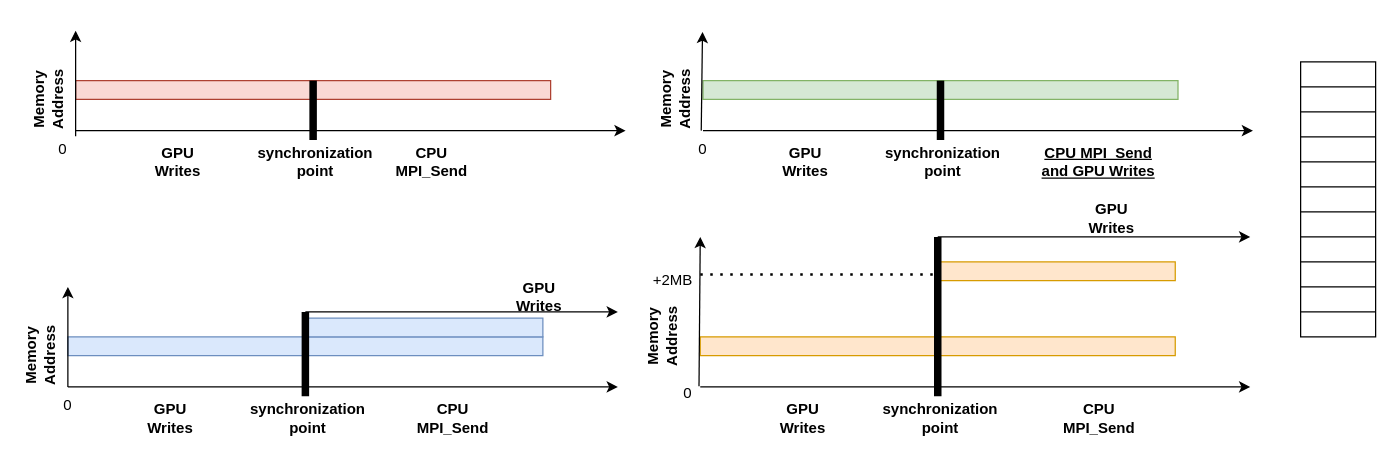
This is page "Page-5" (8 of 10) of Untitled Diagram.drawio from bengisuelis/Drawings, a draw.io file, before an edit. Source tidied: cells renumbered, new cells numbered last; positions are measured from the earlier drawing's top-left corner, leaving out a move shared by most shapes. Both pictures are drawn from the tidied source at 125%, with x=0, y=0 at pixel (12, 30).
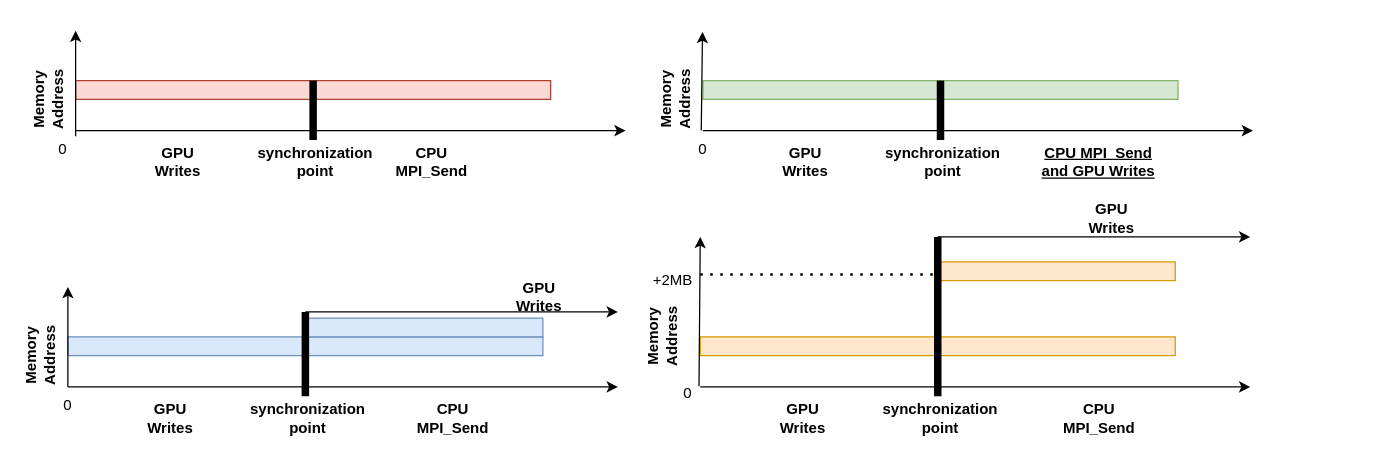
After the change.

What changed in the source:
```diff
@@
-    <mxCell id="51" style="shape=table;startSize=0;childLayout=tableLayout;" parent="1" vertex="1">
-      <mxGeometry x="1030" y="25" width="60" height="220" as="geometry" />
-    </mxCell>
-    <mxCell id="52" style="shape=tableRow;horizontal=0;startSize=0;swimlaneHead=0;swimlaneBody=0;strokeColor=inherit;top=0;left=0;bottom=0;right=0;fillColor=none;" parent="51" vertex="1">
-      <mxGeometry width="60" height="20" as="geometry" />
-    </mxCell>
-    <mxCell id="53" style="shape=partialRectangle;html=1;whiteSpace=wrap;strokeColor=inherit;overflow=hidden;fillColor=none;top=0;left=0;bottom=0;right=0;" parent="52" vertex="1">
-      <mxGeometry width="60" height="20" as="geometry" />
-    </mxCell>
-    <mxCell id="54" style="shape=tableRow;horizontal=0;startSize=0;swimlaneHead=0;swimlaneBody=0;strokeColor=inherit;top=0;left=0;bottom=0;right=0;fillColor=none;" parent="51" vertex="1">
-      <mxGeometry y="20" width="60" height="20" as="geometry" />
-    </mxCell>
-    <mxCell id="55" style="shape=partialRectangle;html=1;whiteSpace=wrap;strokeColor=inherit;overflow=hidden;fillColor=none;top=0;left=0;bottom=0;right=0;" parent="54" vertex="1">
-      <mxGeometry width="60" height="20" as="geometry" />
-    </mxCell>
-    <mxCell id="56" style="shape=tableRow;horizontal=0;startSize=0;swimlaneHead=0;swimlaneBody=0;strokeColor=inherit;top=0;left=0;bottom=0;right=0;fillColor=none;" parent="51" vertex="1">
-      <mxGeometry y="40" width="60" height="20" as="geometry" />
-    </mxCell>
-    <mxCell id="57" style="shape=partialRectangle;html=1;whiteSpace=wrap;strokeColor=inherit;overflow=hidden;fillColor=none;top=0;left=0;bottom=0;right=0;" parent="56" vertex="1">
-      <mxGeometry width="60" height="20" as="geometry" />
-    </mxCell>
-    <mxCell id="58" style="shape=tableRow;horizontal=0;startSize=0;swimlaneHead=0;swimlaneBody=0;strokeColor=inherit;top=0;left=0;bottom=0;right=0;fillColor=none;" parent="51" vertex="1">
-      <mxGeometry y="60" width="60" height="20" as="geometry" />
-    </mxCell>
-    <mxCell id="59" style="shape=partialRectangle;html=1;whiteSpace=wrap;strokeColor=inherit;overflow=hidden;fillColor=none;top=0;left=0;bottom=0;right=0;" parent="58" vertex="1">
-      <mxGeometry width="60" height="20" as="geometry" />
-    </mxCell>
-    <mxCell id="60" style="shape=tableRow;horizontal=0;startSize=0;swimlaneHead=0;swimlaneBody=0;strokeColor=inherit;top=0;left=0;bottom=0;right=0;fillColor=none;" parent="51" vertex="1">
-      <mxGeometry y="80" width="60" height="20" as="geometry" />
-    </mxCell>
-    <mxCell id="61" style="shape=partialRectangle;html=1;whiteSpace=wrap;strokeColor=inherit;overflow=hidden;fillColor=none;top=0;left=0;bottom=0;right=0;" parent="60" vertex="1">
-      <mxGeometry width="60" height="20" as="geometry" />
-    </mxCell>
-    <mxCell id="62" style="shape=tableRow;horizontal=0;startSize=0;swimlaneHead=0;swimlaneBody=0;strokeColor=inherit;top=0;left=0;bottom=0;right=0;fillColor=none;" parent="51" vertex="1">
-      <mxGeometry y="100" width="60" height="20" as="geometry" />
-    </mxCell>
-    <mxCell id="63" style="shape=partialRectangle;html=1;whiteSpace=wrap;strokeColor=inherit;overflow=hidden;fillColor=none;top=0;left=0;bottom=0;right=0;" parent="62" vertex="1">
-      <mxGeometry width="60" height="20" as="geometry" />
-    </mxCell>
-    <mxCell id="64" style="shape=tableRow;horizontal=0;startSize=0;swimlaneHead=0;swimlaneBody=0;strokeColor=inherit;top=0;left=0;bottom=0;right=0;fillColor=none;" parent="51" vertex="1">
-      <mxGeometry y="120" width="60" height="20" as="geometry" />
-    </mxCell>
-    <mxCell id="65" style="shape=partialRectangle;html=1;whiteSpace=wrap;strokeColor=inherit;overflow=hidden;fillColor=none;top=0;left=0;bottom=0;right=0;" parent="64" vertex="1">
-      <mxGeometry width="60" height="20" as="geometry" />
-    </mxCell>
-    <mxCell id="66" style="shape=tableRow;horizontal=0;startSize=0;swimlaneHead=0;swimlaneBody=0;strokeColor=inherit;top=0;left=0;bottom=0;right=0;fillColor=none;" parent="51" vertex="1">
-      <mxGeometry y="140" width="60" height="20" as="geometry" />
-    </mxCell>
-    <mxCell id="67" style="shape=partialRectangle;html=1;whiteSpace=wrap;strokeColor=inherit;overflow=hidden;fillColor=none;top=0;left=0;bottom=0;right=0;" parent="66" vertex="1">
-      <mxGeometry width="60" height="20" as="geometry" />
-    </mxCell>
-    <mxCell id="68" style="shape=tableRow;horizontal=0;startSize=0;swimlaneHead=0;swimlaneBody=0;strokeColor=inherit;top=0;left=0;bottom=0;right=0;fillColor=none;" parent="51" vertex="1">
-      <mxGeometry y="160" width="60" height="20" as="geometry" />
-    </mxCell>
-    <mxCell id="69" style="shape=partialRectangle;html=1;whiteSpace=wrap;strokeColor=inherit;overflow=hidden;fillColor=none;top=0;left=0;bottom=0;right=0;" parent="68" vertex="1">
-      <mxGeometry width="60" height="20" as="geometry" />
-    </mxCell>
-    <mxCell id="70" style="shape=tableRow;horizontal=0;startSize=0;swimlaneHead=0;swimlaneBody=0;strokeColor=inherit;top=0;left=0;bottom=0;right=0;fillColor=none;" parent="51" vertex="1">
-      <mxGeometry y="180" width="60" height="20" as="geometry" />
-    </mxCell>
-    <mxCell id="71" style="shape=partialRectangle;html=1;whiteSpace=wrap;strokeColor=inherit;overflow=hidden;fillColor=none;top=0;left=0;bottom=0;right=0;" parent="70" vertex="1">
-      <mxGeometry width="60" height="20" as="geometry" />
-    </mxCell>
-    <mxCell id="72" style="shape=tableRow;horizontal=0;startSize=0;swimlaneHead=0;swimlaneBody=0;strokeColor=inherit;top=0;left=0;bottom=0;right=0;fillColor=none;" parent="51" vertex="1">
-      <mxGeometry y="200" width="60" height="20" as="geometry" />
-    </mxCell>
-    <mxCell id="73" style="shape=partialRectangle;html=1;whiteSpace=wrap;strokeColor=inherit;overflow=hidden;fillColor=none;top=0;left=0;bottom=0;right=0;" parent="72" vertex="1">
-      <mxGeometry width="60" height="20" as="geometry" />
-    </mxCell>
```
